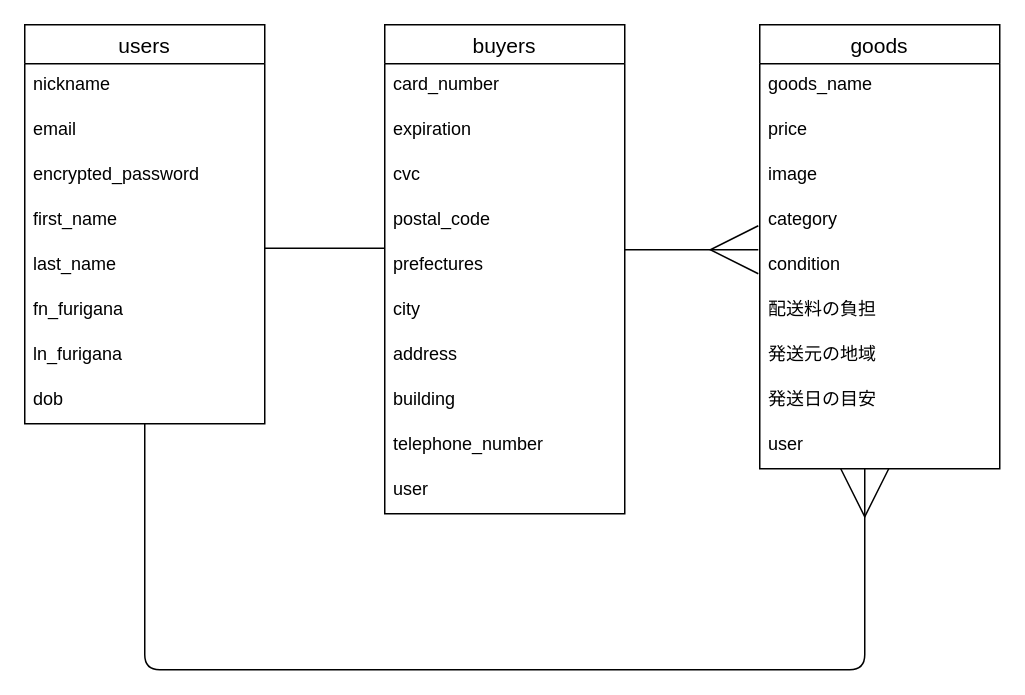
The draw.io diagram database.dio in taiyakio/furima-36787, before the edit. Source tidied: cells renumbered, new cells numbered last; positions are measured from the earlier drawing's top-left corner, leaving out a move shared by most shapes. Both pictures are drawn from the tidied source at 150%, with x=0, y=0 at pixel (24, 24).
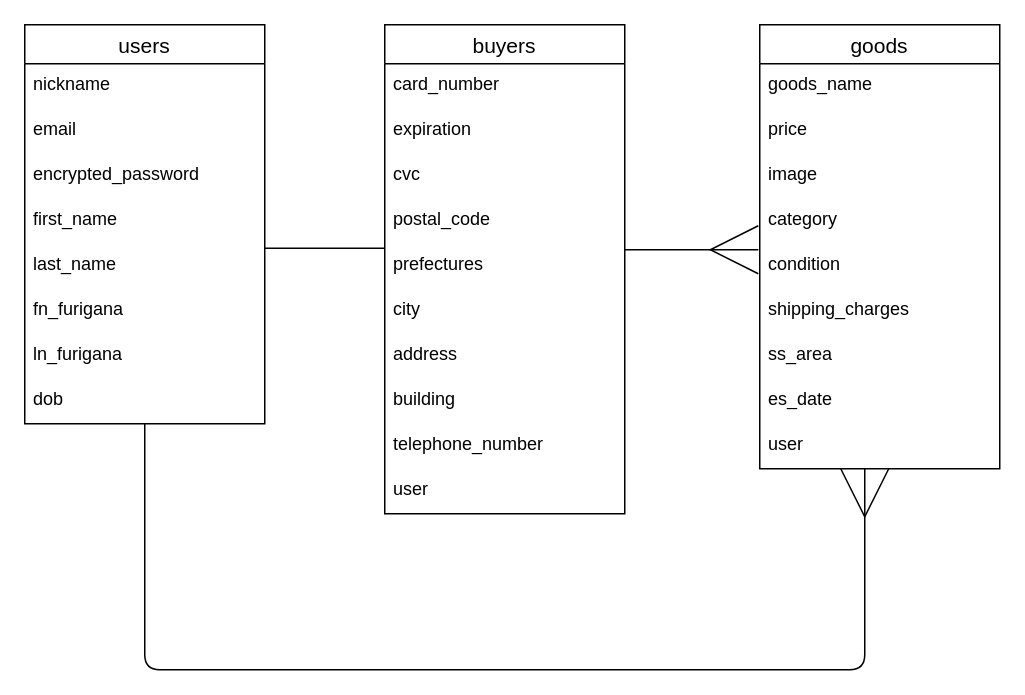
The same diagram, later.

The change refers to these unchanged cells:
```xml
<mxCell id="25" value="goods" style="swimlane;fontStyle=0;horizontal=1;startSize=26;align=center;fontSize=14;" parent="1" vertex="1">
  <mxGeometry x="490" width="160" height="296" as="geometry" />
</mxCell>
```

Change to the diagram source:
```diff
@@
-    <mxCell id="31" value="配送料の負担" style="text;strokeColor=none;fillColor=none;spacingLeft=4;spacingRight=4;overflow=hidden;fontSize=12;" parent="25" vertex="1">
+    <mxCell id="31" value="shipping_charges" style="text;strokeColor=none;fillColor=none;spacingLeft=4;spacingRight=4;overflow=hidden;fontSize=12;" parent="25" vertex="1">
       <mxGeometry y="176" width="160" height="30" as="geometry" />
     </mxCell>
-    <mxCell id="32" value="発送元の地域" style="text;strokeColor=none;fillColor=none;spacingLeft=4;spacingRight=4;overflow=hidden;fontSize=12;" parent="25" vertex="1">
+    <mxCell id="32" value="ss_area" style="text;strokeColor=none;fillColor=none;spacingLeft=4;spacingRight=4;overflow=hidden;fontSize=12;" parent="25" vertex="1">
       <mxGeometry y="206" width="160" height="30" as="geometry" />
     </mxCell>
-    <mxCell id="33" value="発送日の目安" style="text;strokeColor=none;fillColor=none;spacingLeft=4;spacingRight=4;overflow=hidden;fontSize=12;" parent="25" vertex="1">
+    <mxCell id="33" value="es_date" style="text;strokeColor=none;fillColor=none;spacingLeft=4;spacingRight=4;overflow=hidden;fontSize=12;" parent="25" vertex="1">
       <mxGeometry y="236" width="160" height="30" as="geometry" />
     </mxCell>
```
